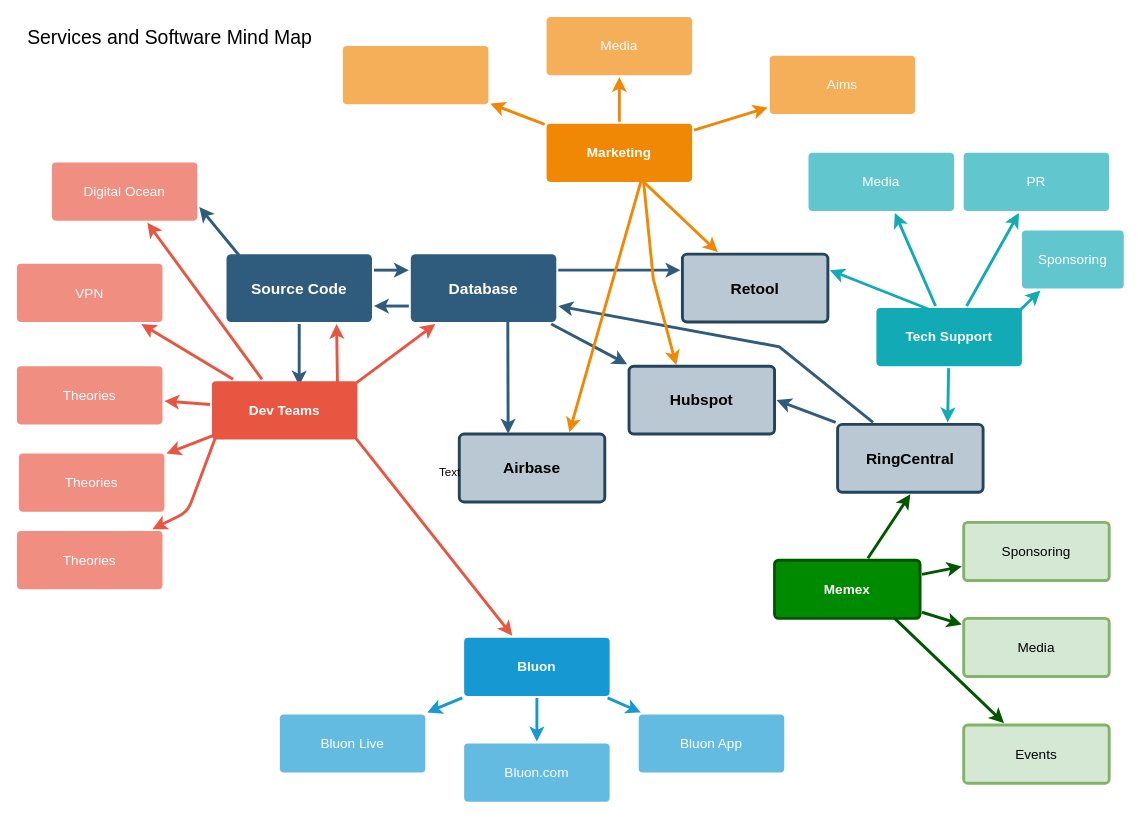
Above: startingFolder-Other/team_services.drawio in Bluon-Kyle/diagrams-drawings (draw.io), before the change. Source tidied: cells renumbered, new cells numbered last; positions are measured from the earlier drawing's top-left corner, leaving out a move shared by most shapes. Both pictures are drawn from the tidied source at 97%, with x=0, y=0 at pixel (16, 16).
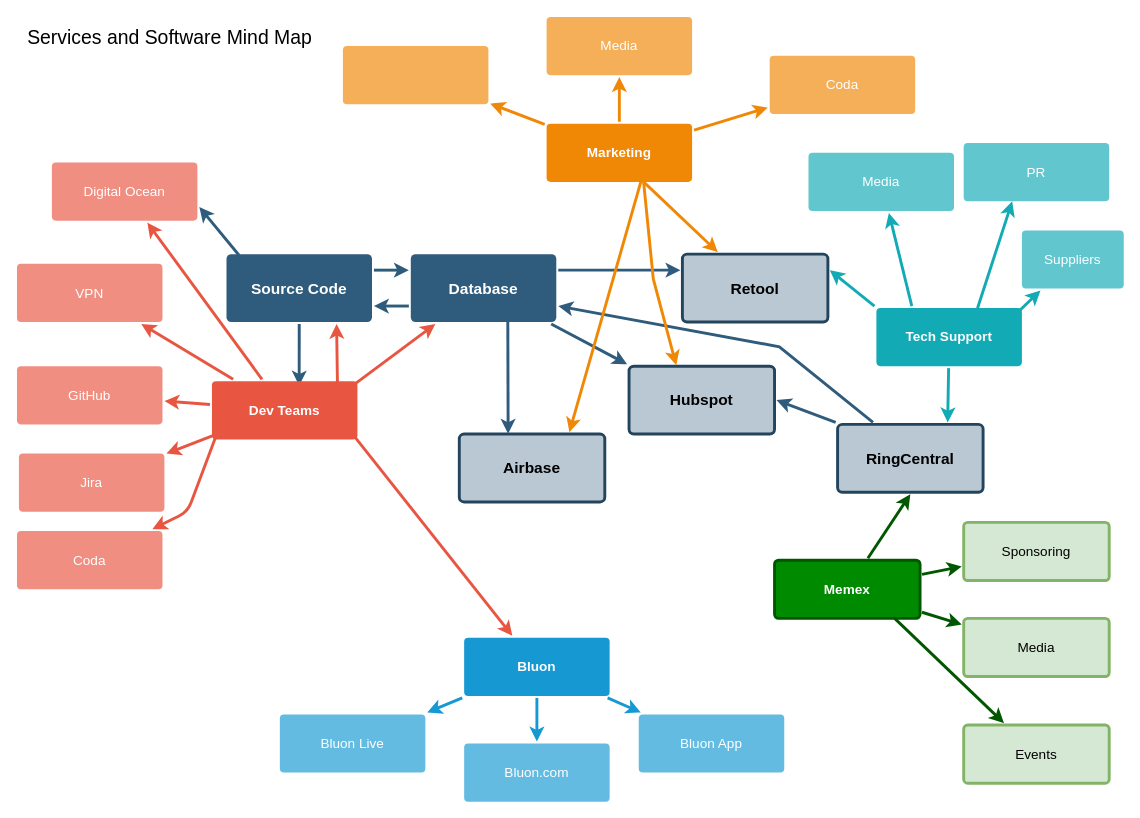
The same page after the edit.

Unchanged cells that the change refers to:
```xml
<mxCell id="26" value="Tech Support" style="rounded=1;whiteSpace=wrap;html=1;shadow=0;labelBackgroundColor=none;strokeColor=none;strokeWidth=3;fillColor=#12aab5;fontFamily=Helvetica;fontSize=14;fontColor=#FFFFFF;align=center;spacing=5;fontStyle=1;arcSize=7;perimeterSpacing=2;" parent="1" vertex="1">
  <mxGeometry x="886" y="300" width="150" height="60" as="geometry" />
</mxCell>
<mxCell id="27" value="Media" style="rounded=1;whiteSpace=wrap;html=1;shadow=0;labelBackgroundColor=none;strokeColor=none;strokeWidth=3;fillColor=#61c6ce;fontFamily=Helvetica;fontSize=14;fontColor=#FFFFFF;align=center;spacing=5;fontStyle=0;arcSize=7;perimeterSpacing=2;" parent="1" vertex="1">
  <mxGeometry x="816" y="140" width="150" height="60" as="geometry" />
</mxCell>
<mxCell id="44" value="Retool" style="rounded=1;whiteSpace=wrap;html=1;shadow=0;labelBackgroundColor=none;strokeColor=#23445d;strokeWidth=3;fillColor=#bac8d3;fontFamily=Helvetica;fontSize=16;align=center;fontStyle=1;spacing=5;arcSize=7;perimeterSpacing=2;" parent="1" vertex="1">
  <mxGeometry x="686" y="244.5" width="150" height="70" as="geometry" />
</mxCell>
```

What changed in the source:
```diff
@@
-    <mxCell id="9" value="Theories" style="rounded=1;whiteSpace=wrap;html=1;shadow=0;labelBackgroundColor=none;strokeColor=none;strokeWidth=3;fillColor=#f08e81;fontFamily=Helvetica;fontSize=14;fontColor=#FFFFFF;align=center;spacing=5;fontStyle=0;arcSize=7;perimeterSpacing=2;" parent="1" vertex="1">
+    <mxCell id="9" value="GitHub" style="rounded=1;whiteSpace=wrap;html=1;shadow=0;labelBackgroundColor=none;strokeColor=none;strokeWidth=3;fillColor=#f08e81;fontFamily=Helvetica;fontSize=14;fontColor=#FFFFFF;align=center;spacing=5;fontStyle=0;arcSize=7;perimeterSpacing=2;" parent="1" vertex="1">
       <mxGeometry y="360" width="150" height="60" as="geometry" />
     </mxCell>
@@
-    <mxCell id="20" value="Aims&lt;br&gt;" style="rounded=1;whiteSpace=wrap;html=1;shadow=0;labelBackgroundColor=none;strokeColor=none;strokeWidth=3;fillColor=#f5af58;fontFamily=Helvetica;fontSize=14;fontColor=#FFFFFF;align=center;spacing=5;arcSize=7;perimeterSpacing=2;" parent="1" vertex="1">
+    <mxCell id="20" value="Coda" style="rounded=1;whiteSpace=wrap;html=1;shadow=0;labelBackgroundColor=none;strokeColor=none;strokeWidth=3;fillColor=#f5af58;fontFamily=Helvetica;fontSize=14;fontColor=#FFFFFF;align=center;spacing=5;arcSize=7;perimeterSpacing=2;" parent="1" vertex="1">
       <mxGeometry x="776" y="40" width="150" height="60" as="geometry" />
     </mxCell>
@@
-    <mxCell id="28" style="edgeStyle=none;rounded=1;jumpStyle=none;html=1;shadow=0;labelBackgroundColor=none;startArrow=none;startFill=0;jettySize=auto;strokeColor=#12AAB5;strokeWidth=3;fontFamily=Helvetica;fontSize=14;fontColor=#FFFFFF;spacing=5;fontStyle=1;fillColor=#b0e3e6;" parent="1" edge="1" source="26" target="27">
+    <mxCell id="28" style="edgeStyle=none;rounded=1;jumpStyle=none;html=1;shadow=0;labelBackgroundColor=none;startArrow=none;startFill=0;jettySize=auto;strokeColor=#12AAB5;strokeWidth=3;fontFamily=Helvetica;fontSize=14;fontColor=#FFFFFF;spacing=5;fontStyle=1;fillColor=#b0e3e6;exitX=0.25;exitY=0;exitDx=0;exitDy=0;" parent="1" edge="1" source="26" target="27">
       <mxGeometry relative="1" as="geometry" />
     </mxCell>
-    <mxCell id="29" value="Sponsoring" style="rounded=1;whiteSpace=wrap;html=1;shadow=0;labelBackgroundColor=none;strokeColor=none;strokeWidth=3;fillColor=#61c6ce;fontFamily=Helvetica;fontSize=14;fontColor=#FFFFFF;align=center;spacing=5;fontStyle=0;arcSize=7;perimeterSpacing=2;" parent="1" vertex="1">
+    <mxCell id="29" value="Suppliers" style="rounded=1;whiteSpace=wrap;html=1;shadow=0;labelBackgroundColor=none;strokeColor=none;strokeWidth=3;fillColor=#61c6ce;fontFamily=Helvetica;fontSize=14;fontColor=#FFFFFF;align=center;spacing=5;fontStyle=0;arcSize=7;perimeterSpacing=2;" parent="1" vertex="1">
       <mxGeometry x="1036" y="220" width="105" height="60" as="geometry" />
     </mxCell>
@@
     <mxCell id="31" value="PR" style="rounded=1;whiteSpace=wrap;html=1;shadow=0;labelBackgroundColor=none;strokeColor=none;strokeWidth=3;fillColor=#61c6ce;fontFamily=Helvetica;fontSize=14;fontColor=#FFFFFF;align=center;spacing=5;fontStyle=0;arcSize=7;perimeterSpacing=2;" parent="1" vertex="1">
-      <mxGeometry x="976" y="140" width="150" height="60" as="geometry" />
+      <mxGeometry x="976" y="130" width="150" height="60" as="geometry" />
     </mxCell>
-    <mxCell id="32" style="edgeStyle=none;rounded=1;jumpStyle=none;html=1;shadow=0;labelBackgroundColor=none;startArrow=none;startFill=0;jettySize=auto;strokeColor=#12AAB5;strokeWidth=3;fontFamily=Helvetica;fontSize=14;fontColor=#FFFFFF;spacing=5;fontStyle=1;fillColor=#b0e3e6;" parent="1" edge="1" source="26" target="31">
-      <mxGeometry relative="1" as="geometry" />
+    <mxCell id="32" style="edgeStyle=none;rounded=1;jumpStyle=none;html=1;shadow=0;labelBackgroundColor=none;startArrow=none;startFill=0;jettySize=auto;strokeColor=#12AAB5;strokeWidth=3;fontFamily=Helvetica;fontSize=14;fontColor=#FFFFFF;spacing=5;fontStyle=1;fillColor=#b0e3e6;exitX=0.69;exitY=0.036;exitDx=0;exitDy=0;exitPerimeter=0;" parent="1" edge="1" source="26">
+      <mxGeometry relative="1" as="geometry">
+        <mxPoint x="1026" y="190" as="targetPoint" />
+      </mxGeometry>
     </mxCell>
-    <mxCell id="33" value="Database" style="rounded=1;whiteSpace=wrap;html=1;shadow=0;labelBackgroundColor=none;strokeColor=none;strokeWidth=3;fillColor=#2F5B7C;fontFamily=Helvetica;fontSize=16;fontColor=#FFFFFF;align=center;fontStyle=1;spacing=5;arcSize=7;perimeterSpacing=2;" parent="1" vertex="1">
+    <mxCell id="33" value="Database" style="rounded=1;whiteSpace=wrap;html=1;shadow=0;labelBackgroundColor=none;strokeColor=none;strokeWidth=3;fillColor=#2F5B7C;fontFamily=Helvetica;fontSize=16;fontColor=#FFFFFF;align=center;fontStyle=1;spacing=5;arcSize=7;perimeterSpacing=2;glass=0;sketch=0;" parent="1" vertex="1">
       <mxGeometry x="406" y="244.5" width="150" height="70" as="geometry" />
     </mxCell>
@@
-    <mxCell id="52" style="edgeStyle=none;rounded=1;jumpStyle=none;html=1;shadow=0;labelBackgroundColor=none;startArrow=none;startFill=0;jettySize=auto;strokeColor=#12AAB5;strokeWidth=3;fontFamily=Helvetica;fontSize=14;fontColor=#FFFFFF;spacing=5;fontStyle=1;fillColor=#b0e3e6;entryX=1;entryY=0.25;entryDx=0;entryDy=0;" parent="1" edge="1" target="44">
-      <mxGeometry relative="1" as="geometry">
-        <mxPoint x="957" y="308" as="sourcePoint" />
-      </mxGeometry>
+    <mxCell id="52" style="edgeStyle=none;rounded=1;jumpStyle=none;html=1;shadow=0;labelBackgroundColor=none;startArrow=none;startFill=0;jettySize=auto;strokeColor=#12AAB5;strokeWidth=3;fontFamily=Helvetica;fontSize=14;fontColor=#FFFFFF;spacing=5;fontStyle=1;fillColor=#b0e3e6;entryX=1;entryY=0.25;entryDx=0;entryDy=0;exitX=0;exitY=0;exitDx=0;exitDy=0;" parent="1" edge="1" source="26" target="44">
+      <mxGeometry relative="1" as="geometry" />
     </mxCell>
@@
-    <mxCell id="54" value="Theories" style="rounded=1;whiteSpace=wrap;html=1;shadow=0;labelBackgroundColor=none;strokeColor=none;strokeWidth=3;fillColor=#f08e81;fontFamily=Helvetica;fontSize=14;fontColor=#FFFFFF;align=center;spacing=5;fontStyle=0;arcSize=7;perimeterSpacing=2;" parent="1" vertex="1">
+    <mxCell id="54" value="Jira" style="rounded=1;whiteSpace=wrap;html=1;shadow=0;labelBackgroundColor=none;strokeColor=none;strokeWidth=3;fillColor=#f08e81;fontFamily=Helvetica;fontSize=14;fontColor=#FFFFFF;align=center;spacing=5;fontStyle=0;arcSize=7;perimeterSpacing=2;" parent="1" vertex="1">
       <mxGeometry x="2" y="450" width="150" height="60" as="geometry" />
     </mxCell>
@@
-    <mxCell id="56" value="Theories" style="rounded=1;whiteSpace=wrap;html=1;shadow=0;labelBackgroundColor=none;strokeColor=none;strokeWidth=3;fillColor=#f08e81;fontFamily=Helvetica;fontSize=14;fontColor=#FFFFFF;align=center;spacing=5;fontStyle=0;arcSize=7;perimeterSpacing=2;" parent="1" vertex="1">
+    <mxCell id="56" value="Coda" style="rounded=1;whiteSpace=wrap;html=1;shadow=0;labelBackgroundColor=none;strokeColor=none;strokeWidth=3;fillColor=#f08e81;fontFamily=Helvetica;fontSize=14;fontColor=#FFFFFF;align=center;spacing=5;fontStyle=0;arcSize=7;perimeterSpacing=2;" parent="1" vertex="1">
       <mxGeometry y="530" width="150" height="60" as="geometry" />
     </mxCell>
@@
-    <mxCell id="65" value="Text" style="text;html=1;align=center;verticalAlign=middle;fillColor=none;strokeColor=none;rounded=0;" parent="1" vertex="1">
-      <mxGeometry x="426" y="460" width="40" height="20" as="geometry" />
-    </mxCell>
```
